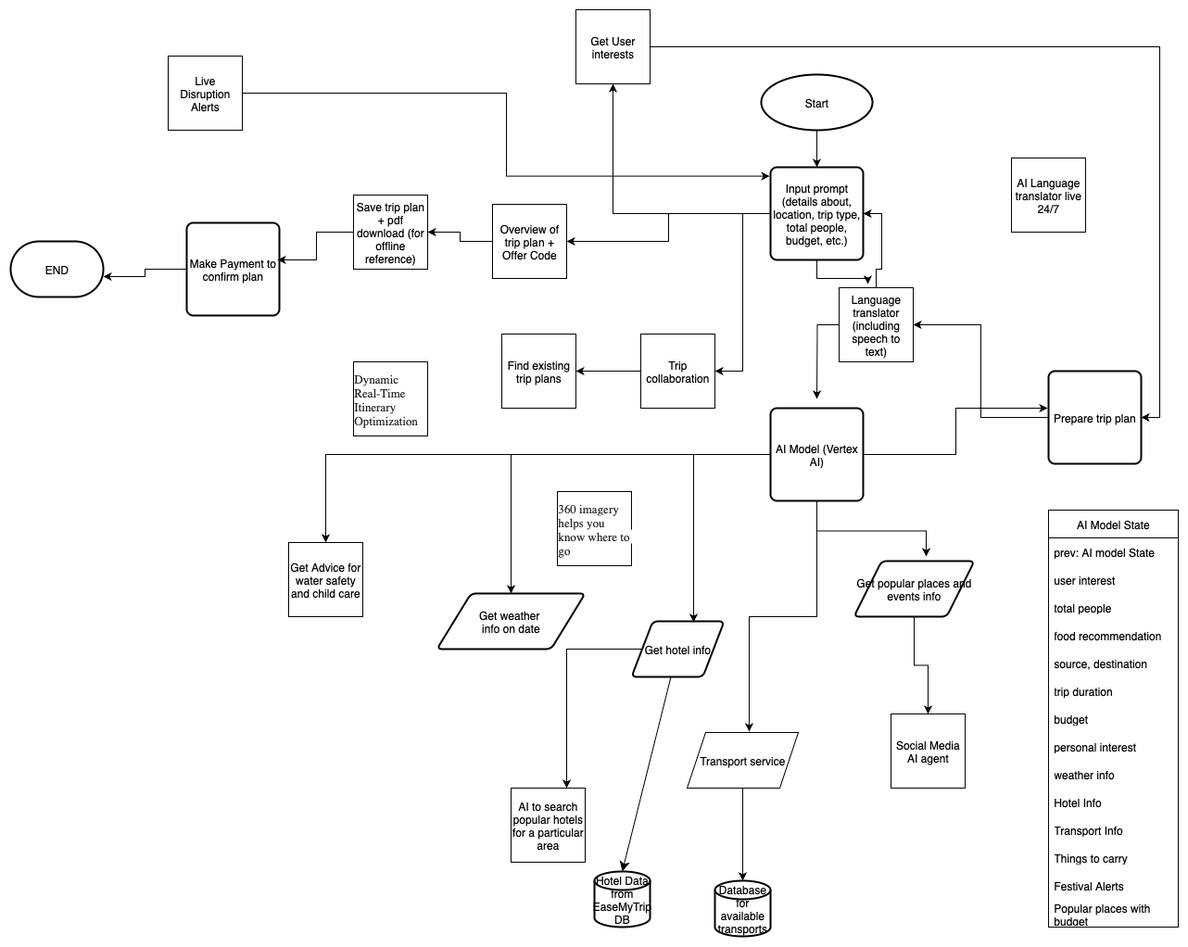
The draw.io diagram utils/Bharat_AI_Yatra_process_chart.png in Deathkiller18/AI-powered-personalized-trip-planner, before a commit. Source tidied: cells renumbered, new cells last; positions are measured from the earlier drawing's top-left corner, leaving out a move shared by most shapes.
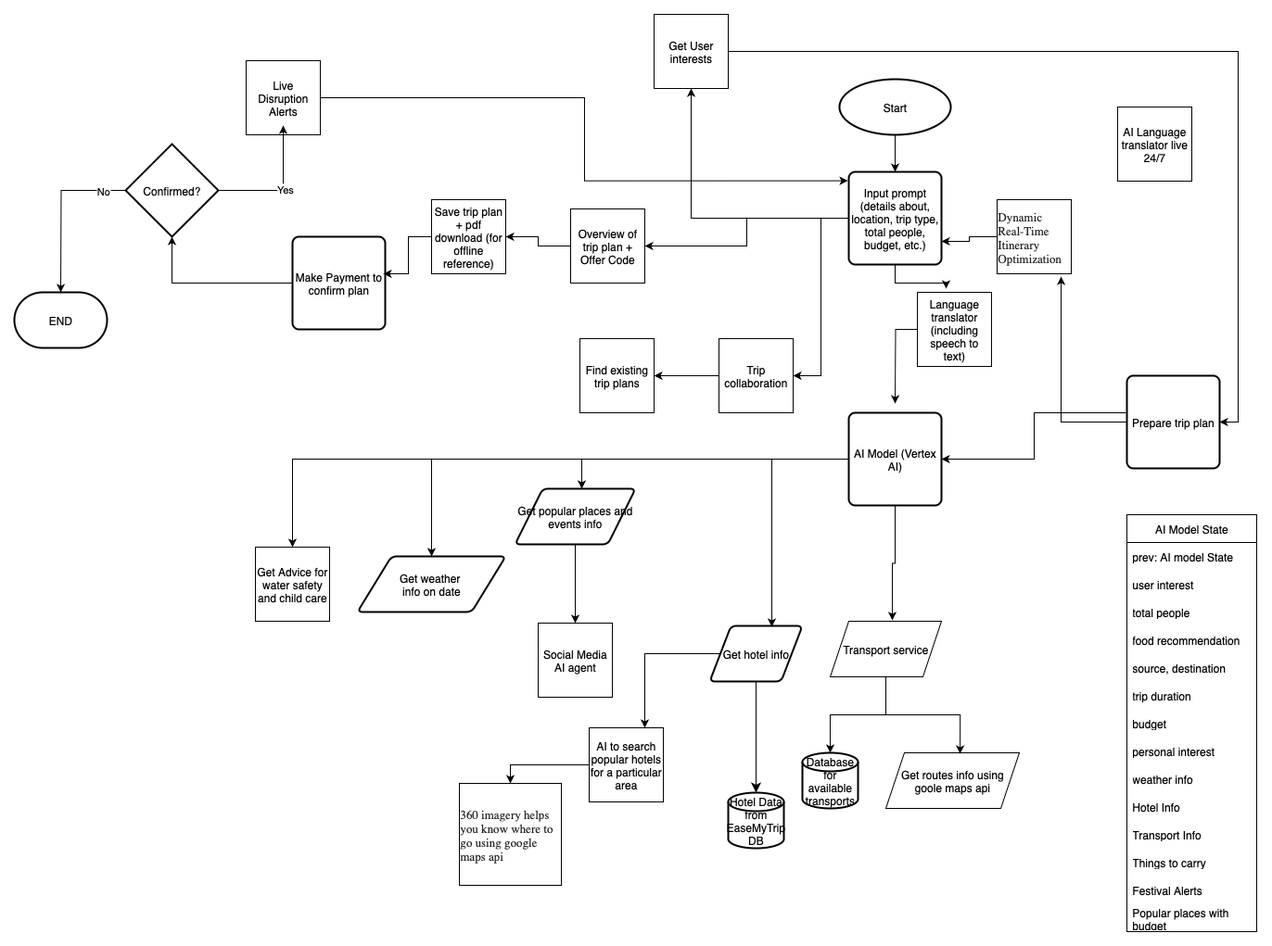
The same file after the commit.

Commit message:
changed process chart

Change to the diagram source:
```diff
@@ -21,7 +21,7 @@
       <mxGeometry x="820" y="170" width="100" height="100" as="geometry" />
     </mxCell>
     <mxCell id="8" value="Get weather&amp;nbsp;&lt;div&gt;info on date&lt;/div&gt;" style="shape=parallelogram;html=1;strokeWidth=2;perimeter=parallelogramPerimeter;whiteSpace=wrap;rounded=1;arcSize=12;size=0.23;" parent="1" vertex="1">
-      <mxGeometry x="460" y="630" width="160" height="60" as="geometry" />
+      <mxGeometry x="290" y="585" width="160" height="60" as="geometry" />
     </mxCell>
     <mxCell id="9" style="edgeStyle=orthogonalEdgeStyle;rounded=0;jettySize=auto;html=1;entryX=0.75;entryY=0;entryDx=0;entryDy=0;" parent="1" edge="1" source="10" target="33">
       <mxGeometry relative="1" as="geometry" />
@@ -29,9 +29,6 @@
     <mxCell id="10" value="Get hotel info" style="shape=parallelogram;html=1;strokeWidth=2;perimeter=parallelogramPerimeter;whiteSpace=wrap;rounded=1;arcSize=12;size=0.23;" parent="1" vertex="1">
       <mxGeometry x="670" y="660" width="100" height="60" as="geometry" />
     </mxCell>
-    <mxCell id="11" style="edgeStyle=orthogonalEdgeStyle;rounded=0;jettySize=auto;html=1;entryX=1;entryY=0.5;entryDx=0;entryDy=0;" parent="1" edge="1" source="12" target="31">
-      <mxGeometry relative="1" as="geometry" />
-    </mxCell>
     <mxCell id="12" value="Prepare trip plan" style="rounded=1;whiteSpace=wrap;html=1;absoluteArcSize=1;arcSize=14;strokeWidth=2;" parent="1" vertex="1">
       <mxGeometry x="1120" y="390" width="100" height="100" as="geometry" />
     </mxCell>
@@ -39,7 +36,7 @@
       <mxGeometry relative="1" as="geometry" />
     </mxCell>
     <mxCell id="14" value="Get popular places and events info" style="shape=parallelogram;html=1;strokeWidth=2;perimeter=parallelogramPerimeter;whiteSpace=wrap;rounded=1;arcSize=12;size=0.23;" parent="1" vertex="1">
-      <mxGeometry x="910" y="595" width="130" height="60" as="geometry" />
+      <mxGeometry x="460" y="512" width="130" height="60" as="geometry" />
     </mxCell>
     <mxCell id="15" style="edgeStyle=orthogonalEdgeStyle;rounded=0;jettySize=auto;html=1;entryX=0.5;entryY=0;entryDx=0;entryDy=0;" parent="1" edge="1" source="17" target="8">
       <mxGeometry relative="1" as="geometry" />
@@ -53,32 +50,29 @@
     <mxCell id="18" style="edgeStyle=orthogonalEdgeStyle;rounded=0;jettySize=auto;html=1;entryX=0.67;entryY=0.017;entryDx=0;entryDy=0;entryPerimeter=0;" parent="1" edge="1" source="17" target="10">
       <mxGeometry relative="1" as="geometry" />
     </mxCell>
-    <mxCell id="19" style="edgeStyle=orthogonalEdgeStyle;rounded=0;jettySize=auto;html=1;entryX=0.6;entryY=-0.083;entryDx=0;entryDy=0;entryPerimeter=0;" parent="1" edge="1" source="17" target="14">
-      <mxGeometry relative="1" as="geometry" />
-    </mxCell>
-    <mxCell id="20" style="edgeStyle=orthogonalEdgeStyle;rounded=0;jettySize=auto;html=1;entryX=-0.01;entryY=0.4;entryDx=0;entryDy=0;entryPerimeter=0;" parent="1" edge="1" source="17" target="12">
+    <mxCell id="20" style="edgeStyle=orthogonalEdgeStyle;rounded=0;jettySize=auto;html=1;exitX=-0.01;exitY=0.4;exitDx=0;exitDy=0;exitPerimeter=0;" parent="1" edge="1" source="12" target="17">
       <mxGeometry relative="1" as="geometry" />
     </mxCell>
     <mxCell id="21" value="Make Payment to confirm plan" style="rounded=1;whiteSpace=wrap;html=1;absoluteArcSize=1;arcSize=14;strokeWidth=2;" parent="1" vertex="1">
-      <mxGeometry x="190" y="230" width="100" height="100" as="geometry" />
+      <mxGeometry x="220" y="240" width="100" height="100" as="geometry" />
     </mxCell>
     <mxCell id="22" value="END" style="strokeWidth=2;html=1;shape=mxgraph.flowchart.terminator;whiteSpace=wrap;" parent="1" vertex="1">
-      <mxGeometry y="250" width="100" height="60" as="geometry" />
+      <mxGeometry x="-80" y="300" width="100" height="60" as="geometry" />
     </mxCell>
-    <mxCell id="23" style="edgeStyle=orthogonalEdgeStyle;rounded=0;jettySize=auto;html=1;entryX=1;entryY=0.633;entryDx=0;entryDy=0;entryPerimeter=0;" parent="1" edge="1" source="21" target="22">
-      <mxGeometry relative="1" as="geometry" />
-    </mxCell>
     <mxCell id="24" value="Social Media AI agent" style="whiteSpace=wrap;html=1;" parent="1" vertex="1">
-      <mxGeometry x="950" y="760" width="80" height="80" as="geometry" />
+      <mxGeometry x="485" y="657" width="80" height="80" as="geometry" />
     </mxCell>
     <mxCell id="25" value="AI Language translator live 24/7" style="whiteSpace=wrap;html=1;" parent="1" vertex="1">
-      <mxGeometry x="1080" y="160" width="80" height="80" as="geometry" />
+      <mxGeometry x="1110" y="100" width="80" height="80" as="geometry" />
     </mxCell>
     <mxCell id="26" value="Transport service" style="shape=parallelogram;perimeter=parallelogramPerimeter;whiteSpace=wrap;html=1;fixedSize=1;" parent="1" vertex="1">
-      <mxGeometry x="730" y="780" width="120" height="60" as="geometry" />
+      <mxGeometry x="800" y="655" width="120" height="60" as="geometry" />
     </mxCell>
+    <mxCell id="66" style="edgeStyle=orthogonalEdgeStyle;rounded=0;jettySize=auto;html=1;entryX=1;entryY=0.75;entryDx=0;entryDy=0;" parent="1" edge="1" source="27" target="7">
+      <mxGeometry relative="1" as="geometry" />
+    </mxCell>
     <mxCell id="27" value="&lt;span style=&quot;white-space: pre-wrap; caret-color: rgb(31, 31, 31); color: rgb(31, 31, 31); font-family: &amp;quot;Google Sans&amp;quot;; font-size: 13px; text-align: left; background-color: rgb(255, 255, 255);&quot;&gt;Dynamic Real-Time Itinerary Optimization&lt;/span&gt;" style="whiteSpace=wrap;html=1;" parent="1" vertex="1">
-      <mxGeometry x="370" y="380" width="80" height="80" as="geometry" />
+      <mxGeometry x="980" y="200" width="80" height="80" as="geometry" />
     </mxCell>
     <mxCell id="28" style="edgeStyle=orthogonalEdgeStyle;rounded=0;jettySize=auto;html=1;entryX=0.558;entryY=-0.017;entryDx=0;entryDy=0;entryPerimeter=0;" parent="1" edge="1" source="17" target="26">
       <mxGeometry relative="1" as="geometry" />
@@ -88,20 +82,20 @@
         <mxPoint x="870" y="420" as="targetPoint" />
       </mxGeometry>
     </mxCell>
-    <mxCell id="30" style="edgeStyle=orthogonalEdgeStyle;rounded=0;jettySize=auto;html=1;entryX=1;entryY=0.5;entryDx=0;entryDy=0;" parent="1" edge="1" source="31" target="7">
-      <mxGeometry relative="1" as="geometry" />
-    </mxCell>
     <mxCell id="31" value="Language translator (including speech to text)" style="whiteSpace=wrap;html=1;" parent="1" vertex="1">
       <mxGeometry x="894" y="300" width="80" height="80" as="geometry" />
     </mxCell>
     <mxCell id="32" style="edgeStyle=orthogonalEdgeStyle;rounded=0;jettySize=auto;html=1;entryX=0.388;entryY=-0.05;entryDx=0;entryDy=0;entryPerimeter=0;" parent="1" edge="1" source="7" target="31">
       <mxGeometry relative="1" as="geometry" />
     </mxCell>
+    <mxCell id="67" style="edgeStyle=orthogonalEdgeStyle;rounded=0;jettySize=auto;html=1;entryX=0.5;entryY=0;entryDx=0;entryDy=0;" parent="1" edge="1" source="33" target="54">
+      <mxGeometry relative="1" as="geometry" />
+    </mxCell>
     <mxCell id="33" value="AI to search popular hotels for a particular area" style="whiteSpace=wrap;html=1;" parent="1" vertex="1">
-      <mxGeometry x="540" y="840" width="80" height="80" as="geometry" />
+      <mxGeometry x="540" y="770" width="80" height="80" as="geometry" />
     </mxCell>
     <mxCell id="34" value="Database for available transports" style="strokeWidth=2;html=1;shape=mxgraph.flowchart.database;whiteSpace=wrap;" parent="1" vertex="1">
-      <mxGeometry x="760" y="940" width="60" height="60" as="geometry" />
+      <mxGeometry x="770" y="797" width="60" height="60" as="geometry" />
     </mxCell>
     <mxCell id="35" value="AI Model State" style="swimlane;fontStyle=0;horizontal=1;startSize=30;whiteSpace=wrap;html=1;" parent="1" vertex="1">
       <mxGeometry x="1120" y="540" width="140" height="450" as="geometry" />
@@ -160,8 +154,8 @@
     <mxCell id="53" value="Find existing trip plans" style="whiteSpace=wrap;html=1;" parent="1" vertex="1">
       <mxGeometry x="530" y="350" width="80" height="80" as="geometry" />
     </mxCell>
-    <mxCell id="54" value="&lt;span style=&quot;white-space: pre-wrap; caret-color: rgb(31, 31, 31); color: rgb(31, 31, 31); font-family: &amp;quot;Google Sans&amp;quot;; font-size: 13px; text-align: left; background-color: rgb(255, 255, 255);&quot;&gt;360 imagery helps you know where to go&lt;/span&gt;" style="whiteSpace=wrap;html=1;" parent="1" vertex="1">
-      <mxGeometry x="590" y="520" width="80" height="80" as="geometry" />
+    <mxCell id="54" value="&lt;span style=&quot;white-space: pre-wrap; caret-color: rgb(31, 31, 31); color: rgb(31, 31, 31); font-family: &amp;quot;Google Sans&amp;quot;; font-size: 13px; text-align: left; background-color: rgb(255, 255, 255);&quot;&gt;360 imagery helps you know where to  go using google maps api&lt;/span&gt;" style="whiteSpace=wrap;html=1;" parent="1" vertex="1">
+      <mxGeometry x="400" y="830" width="110" height="110" as="geometry" />
     </mxCell>
     <mxCell id="55" style="edgeStyle=orthogonalEdgeStyle;rounded=0;jettySize=auto;html=1;entryX=1;entryY=0.5;entryDx=0;entryDy=0;" parent="1" edge="1" source="56" target="12">
       <mxGeometry relative="1" as="geometry" />
@@ -179,7 +173,7 @@
       <mxGeometry relative="1" as="geometry" />
     </mxCell>
     <mxCell id="60" value="Get Advice for water safety and child care" style="whiteSpace=wrap;html=1;" parent="1" vertex="1">
-      <mxGeometry x="300" y="575" width="80" height="80" as="geometry" />
+      <mxGeometry x="180" y="575" width="80" height="80" as="geometry" />
     </mxCell>
     <mxCell id="61" style="edgeStyle=orthogonalEdgeStyle;rounded=0;jettySize=auto;html=1;" parent="1" edge="1" source="62" target="57">
       <mxGeometry relative="1" as="geometry" />
@@ -191,10 +185,42 @@
       <mxGeometry relative="1" as="geometry" />
     </mxCell>
     <mxCell id="64" value="Hotel Data from EaseMyTrip DB" style="strokeWidth=2;html=1;shape=mxgraph.flowchart.database;whiteSpace=wrap;" parent="1" vertex="1">
-      <mxGeometry x="630" y="930" width="60" height="60" as="geometry" />
+      <mxGeometry x="690" y="840" width="60" height="60" as="geometry" />
     </mxCell>
     <mxCell id="65" style="edgeStyle=none;curved=1;rounded=0;jettySize=auto;html=1;entryX=0.5;entryY=0;entryDx=0;entryDy=0;entryPerimeter=0;fontSize=12;startSize=8;endSize=8;" parent="1" edge="1" source="10" target="64">
       <mxGeometry relative="1" as="geometry" />
     </mxCell>
+    <mxCell id="68" style="edgeStyle=orthogonalEdgeStyle;rounded=0;jettySize=auto;html=1;entryX=0.863;entryY=1.038;entryDx=0;entryDy=0;entryPerimeter=0;" parent="1" edge="1" source="12" target="27">
+      <mxGeometry relative="1" as="geometry" />
+    </mxCell>
+    <mxCell id="19" style="edgeStyle=orthogonalEdgeStyle;rounded=0;jettySize=auto;html=1;entryX=0.554;entryY=0;entryDx=0;entryDy=0;entryPerimeter=0;" parent="1" edge="1" source="17" target="14">
+      <mxGeometry relative="1" as="geometry" />
+    </mxCell>
+    <mxCell id="69" value="Get routes info using goole maps api" style="shape=parallelogram;perimeter=parallelogramPerimeter;whiteSpace=wrap;html=1;fixedSize=1;" parent="1" vertex="1">
+      <mxGeometry x="860" y="797" width="144" height="60" as="geometry" />
+    </mxCell>
+    <mxCell id="70" style="edgeStyle=orthogonalEdgeStyle;rounded=0;jettySize=auto;html=1;entryX=0.556;entryY=0.017;entryDx=0;entryDy=0;entryPerimeter=0;" parent="1" edge="1" source="26" target="69">
+      <mxGeometry relative="1" as="geometry" />
+    </mxCell>
+    <mxCell id="71" style="edgeStyle=orthogonalEdgeStyle;rounded=0;jettySize=auto;html=1;" parent="1" edge="1" source="73">
+      <mxGeometry relative="1" as="geometry">
+        <mxPoint x="-30" y="300" as="targetPoint" />
+      </mxGeometry>
+    </mxCell>
+    <mxCell id="72" value="No" style="edgeLabel;html=1;align=center;verticalAlign=middle;" parent="71" vertex="1">
+      <mxGeometry x="-0.72" relative="1" as="geometry" />
+    </mxCell>
+    <mxCell id="73" value="Confirmed?" style="strokeWidth=2;html=1;shape=mxgraph.flowchart.decision;whiteSpace=wrap;" parent="1" vertex="1">
+      <mxGeometry x="40" y="140" width="100" height="100" as="geometry" />
+    </mxCell>
+    <mxCell id="74" style="edgeStyle=orthogonalEdgeStyle;rounded=0;jettySize=auto;html=1;entryX=0.5;entryY=0.875;entryDx=0;entryDy=0;entryPerimeter=0;" parent="1" edge="1" source="73" target="58">
+      <mxGeometry relative="1" as="geometry" />
+    </mxCell>
+    <mxCell id="75" value="Yes" style="edgeLabel;html=1;align=center;verticalAlign=middle;" parent="74" vertex="1">
+      <mxGeometry x="0.03" y="-1" relative="1" as="geometry" />
+    </mxCell>
+    <mxCell id="76" style="edgeStyle=orthogonalEdgeStyle;rounded=0;jettySize=auto;html=1;entryX=0.5;entryY=1;entryDx=0;entryDy=0;entryPerimeter=0;" parent="1" edge="1" source="21" target="73">
+      <mxGeometry relative="1" as="geometry" />
+    </mxCell>
   </root>
 </mxGraphModel>
```
